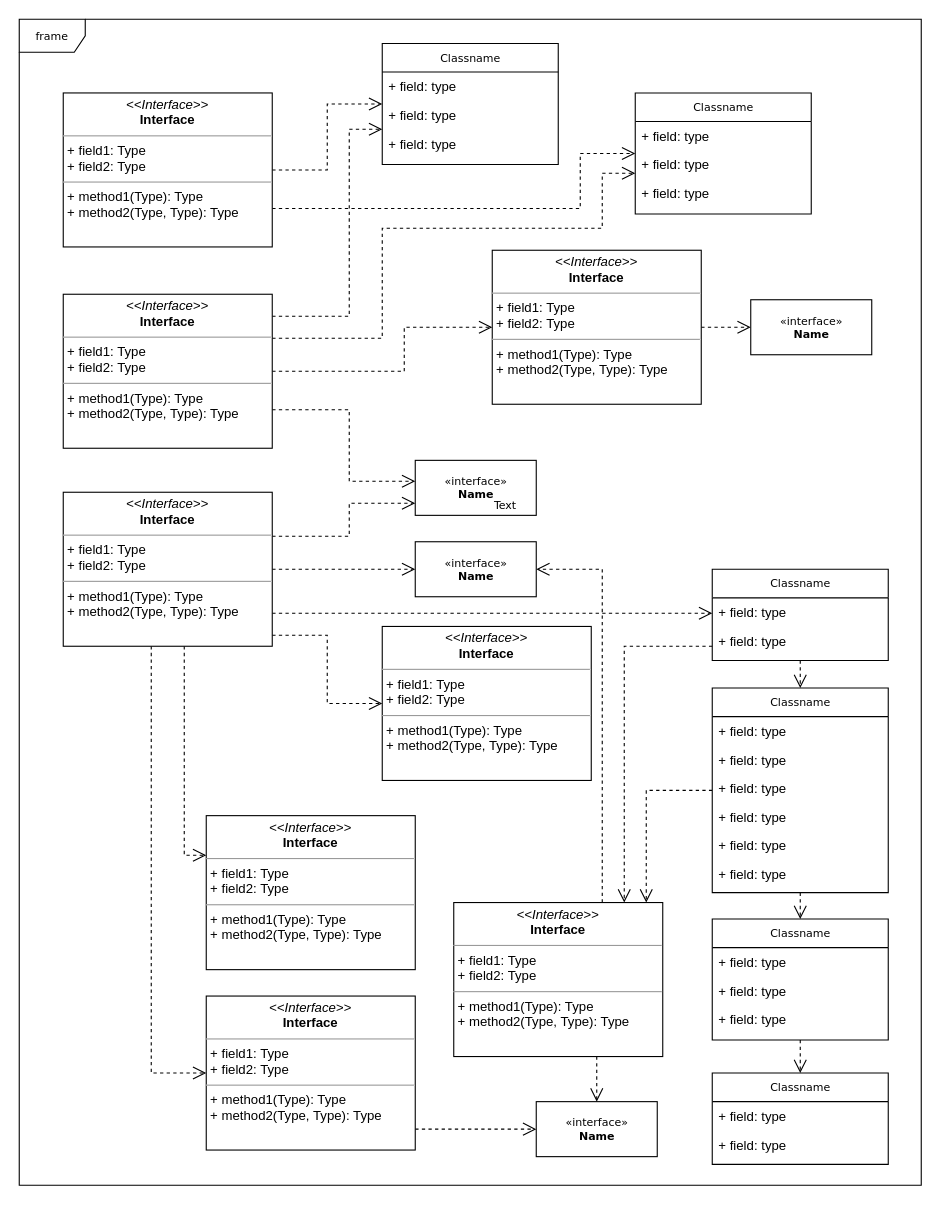
BUAAw-ML/ganbert keeps this draw.io diagram as Untitled Diagram.drawio. Above is the earlier version. Source tidied: cells renumbered, new cells numbered last; positions are measured from the earlier drawing's top-left corner, leaving out a move shared by most shapes. Both pictures are drawn from the tidied source at 110%, with x=0, y=0 at pixel (19, 19).
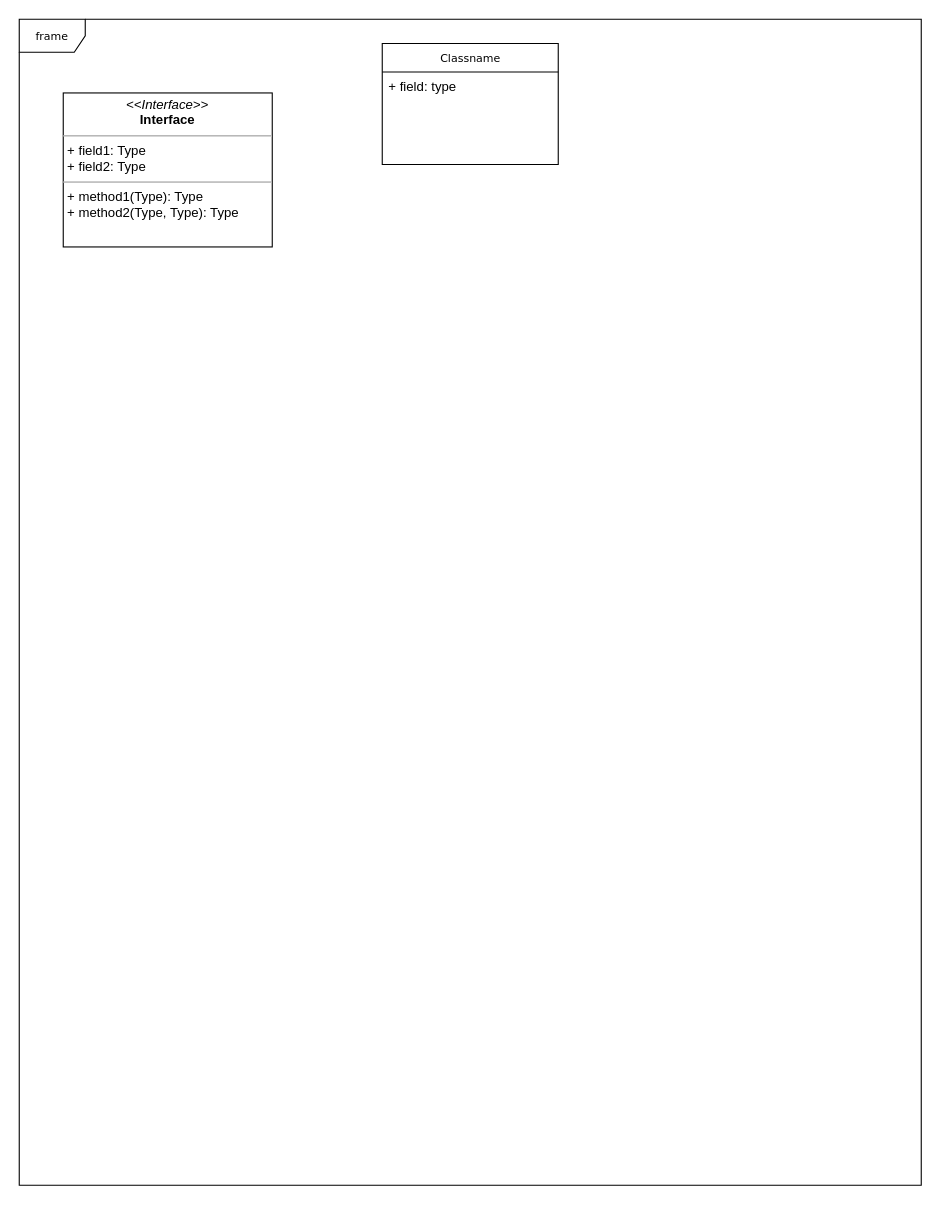
Above is the later version.

The change refers to these unchanged cells:
```xml
<mxCell id="12" value="Classname" style="swimlane;html=1;fontStyle=0;horizontal=1;startSize=26;fillColor=none;swimlaneFillColor=#ffffff;rounded=0;shadow=0;comic=0;labelBackgroundColor=none;strokeWidth=1;fontFamily=Verdana;fontSize=10;align=center;" parent="1" vertex="1">
  <mxGeometry x="330" y="22" width="160" height="110" as="geometry" />
</mxCell>
<mxCell id="48" value="&lt;p style=&quot;margin:0px;margin-top:4px;text-align:center;&quot;&gt;&lt;i&gt;&amp;lt;&amp;lt;Interface&amp;gt;&amp;gt;&lt;/i&gt;&lt;br/&gt;&lt;b&gt;Interface&lt;/b&gt;&lt;/p&gt;&lt;hr size=&quot;1&quot;/&gt;&lt;p style=&quot;margin:0px;margin-left:4px;&quot;&gt;+ field1: Type&lt;br/&gt;+ field2: Type&lt;/p&gt;&lt;hr size=&quot;1&quot;/&gt;&lt;p style=&quot;margin:0px;margin-left:4px;&quot;&gt;+ method1(Type): Type&lt;br/&gt;+ method2(Type, Type): Type&lt;/p&gt;" style="verticalAlign=top;align=left;overflow=fill;fontSize=12;fontFamily=Helvetica;html=1;rounded=0;shadow=0;comic=0;labelBackgroundColor=none;strokeWidth=1;" parent="1" vertex="1">
  <mxGeometry x="40" y="67" width="190" height="140" as="geometry" />
</mxCell>
```

Diff of the diagram source:
```diff
@@
-    <mxCell id="3" style="edgeStyle=orthogonalEdgeStyle;rounded=0;html=1;dashed=1;labelBackgroundColor=none;startFill=0;endArrow=open;endFill=0;endSize=10;fontFamily=Verdana;fontSize=10;" parent="1" edge="1" source="5" target="35">
-      <mxGeometry relative="1" as="geometry">
-        <Array as="points">
-          <mxPoint x="570" y="701" />
-        </Array>
-      </mxGeometry>
-    </mxCell>
-    <mxCell id="4" style="edgeStyle=orthogonalEdgeStyle;rounded=0;html=1;dashed=1;labelBackgroundColor=none;startFill=0;endArrow=open;endFill=0;endSize=10;fontFamily=Verdana;fontSize=10;" parent="1" edge="1" source="5" target="24">
-      <mxGeometry relative="1" as="geometry" />
-    </mxCell>
-    <mxCell id="5" value="Classname" style="swimlane;html=1;fontStyle=0;horizontal=1;startSize=26;fillColor=none;swimlaneFillColor=#ffffff;rounded=0;shadow=0;comic=0;labelBackgroundColor=none;strokeWidth=1;fontFamily=Verdana;fontSize=10;align=center;" parent="1" vertex="1">
-      <mxGeometry x="630" y="608" width="160" height="186" as="geometry" />
-    </mxCell>
-    <mxCell id="6" value="+ field: type" style="text;html=1;strokeColor=none;fillColor=none;align=left;verticalAlign=top;spacingLeft=4;spacingRight=4;whiteSpace=wrap;overflow=hidden;" parent="5" vertex="1">
-      <mxGeometry y="26" width="160" height="26" as="geometry" />
-    </mxCell>
-    <mxCell id="7" value="+ field: type" style="text;html=1;strokeColor=none;fillColor=none;align=left;verticalAlign=top;spacingLeft=4;spacingRight=4;whiteSpace=wrap;overflow=hidden;" parent="5" vertex="1">
-      <mxGeometry y="52" width="160" height="26" as="geometry" />
-    </mxCell>
-    <mxCell id="8" value="+ field: type" style="text;html=1;strokeColor=none;fillColor=none;align=left;verticalAlign=top;spacingLeft=4;spacingRight=4;whiteSpace=wrap;overflow=hidden;" parent="5" vertex="1">
-      <mxGeometry y="78" width="160" height="26" as="geometry" />
-    </mxCell>
-    <mxCell id="9" value="+ field: type" style="text;html=1;strokeColor=none;fillColor=none;align=left;verticalAlign=top;spacingLeft=4;spacingRight=4;whiteSpace=wrap;overflow=hidden;" parent="5" vertex="1">
-      <mxGeometry y="104" width="160" height="26" as="geometry" />
-    </mxCell>
-    <mxCell id="10" value="+ field: type" style="text;html=1;strokeColor=none;fillColor=none;align=left;verticalAlign=top;spacingLeft=4;spacingRight=4;whiteSpace=wrap;overflow=hidden;" parent="5" vertex="1">
-      <mxGeometry y="130" width="160" height="26" as="geometry" />
-    </mxCell>
-    <mxCell id="11" value="+ field: type" style="text;html=1;strokeColor=none;fillColor=none;align=left;verticalAlign=top;spacingLeft=4;spacingRight=4;whiteSpace=wrap;overflow=hidden;" parent="5" vertex="1">
-      <mxGeometry y="156" width="160" height="26" as="geometry" />
-    </mxCell>
@@
-    <mxCell id="14" value="+ field: type" style="text;html=1;strokeColor=none;fillColor=none;align=left;verticalAlign=top;spacingLeft=4;spacingRight=4;whiteSpace=wrap;overflow=hidden;" parent="12" vertex="1">
-      <mxGeometry y="52" width="160" height="26" as="geometry" />
-    </mxCell>
-    <mxCell id="15" value="+ field: type" style="text;html=1;strokeColor=none;fillColor=none;align=left;verticalAlign=top;spacingLeft=4;spacingRight=4;whiteSpace=wrap;overflow=hidden;" parent="12" vertex="1">
-      <mxGeometry y="78" width="160" height="26" as="geometry" />
-    </mxCell>
-    <mxCell id="16" value="Classname" style="swimlane;html=1;fontStyle=0;horizontal=1;startSize=26;fillColor=none;swimlaneFillColor=#ffffff;rounded=0;shadow=0;comic=0;labelBackgroundColor=none;strokeWidth=1;fontFamily=Verdana;fontSize=10;align=center;" parent="1" vertex="1">
-      <mxGeometry x="560" y="67" width="160" height="110" as="geometry" />
-    </mxCell>
-    <mxCell id="17" value="+ field: type" style="text;html=1;strokeColor=none;fillColor=none;align=left;verticalAlign=top;spacingLeft=4;spacingRight=4;whiteSpace=wrap;overflow=hidden;" parent="16" vertex="1">
-      <mxGeometry y="26" width="160" height="26" as="geometry" />
-    </mxCell>
-    <mxCell id="18" value="+ field: type" style="text;html=1;strokeColor=none;fillColor=none;align=left;verticalAlign=top;spacingLeft=4;spacingRight=4;whiteSpace=wrap;overflow=hidden;" parent="16" vertex="1">
-      <mxGeometry y="52" width="160" height="26" as="geometry" />
-    </mxCell>
-    <mxCell id="19" value="+ field: type" style="text;html=1;strokeColor=none;fillColor=none;align=left;verticalAlign=top;spacingLeft=4;spacingRight=4;whiteSpace=wrap;overflow=hidden;" parent="16" vertex="1">
-      <mxGeometry y="78" width="160" height="26" as="geometry" />
-    </mxCell>
-    <mxCell id="20" value="Classname" style="swimlane;html=1;fontStyle=0;horizontal=1;startSize=26;fillColor=none;swimlaneFillColor=#ffffff;rounded=0;shadow=0;comic=0;labelBackgroundColor=none;strokeWidth=1;fontFamily=Verdana;fontSize=10;align=center;" parent="1" vertex="1">
-      <mxGeometry x="630" y="958" width="160" height="83" as="geometry" />
-    </mxCell>
-    <mxCell id="21" value="+ field: type" style="text;html=1;strokeColor=none;fillColor=none;align=left;verticalAlign=top;spacingLeft=4;spacingRight=4;whiteSpace=wrap;overflow=hidden;" parent="20" vertex="1">
-      <mxGeometry y="26" width="160" height="26" as="geometry" />
-    </mxCell>
-    <mxCell id="22" value="+ field: type" style="text;html=1;strokeColor=none;fillColor=none;align=left;verticalAlign=top;spacingLeft=4;spacingRight=4;whiteSpace=wrap;overflow=hidden;" parent="20" vertex="1">
-      <mxGeometry y="52" width="160" height="26" as="geometry" />
-    </mxCell>
-    <mxCell id="23" style="edgeStyle=orthogonalEdgeStyle;rounded=0;html=1;dashed=1;labelBackgroundColor=none;startFill=0;endArrow=open;endFill=0;endSize=10;fontFamily=Verdana;fontSize=10;" parent="1" edge="1" source="24" target="20">
-      <mxGeometry relative="1" as="geometry" />
-    </mxCell>
-    <mxCell id="24" value="Classname" style="swimlane;html=1;fontStyle=0;horizontal=1;startSize=26;fillColor=none;swimlaneFillColor=#ffffff;rounded=0;shadow=0;comic=0;labelBackgroundColor=none;strokeWidth=1;fontFamily=Verdana;fontSize=10;align=center;" parent="1" vertex="1">
-      <mxGeometry x="630" y="818" width="160" height="110" as="geometry" />
-    </mxCell>
-    <mxCell id="25" value="+ field: type" style="text;html=1;strokeColor=none;fillColor=none;align=left;verticalAlign=top;spacingLeft=4;spacingRight=4;whiteSpace=wrap;overflow=hidden;" parent="24" vertex="1">
-      <mxGeometry y="26" width="160" height="26" as="geometry" />
-    </mxCell>
-    <mxCell id="26" value="+ field: type" style="text;html=1;strokeColor=none;fillColor=none;align=left;verticalAlign=top;spacingLeft=4;spacingRight=4;whiteSpace=wrap;overflow=hidden;" parent="24" vertex="1">
-      <mxGeometry y="52" width="160" height="26" as="geometry" />
-    </mxCell>
-    <mxCell id="27" value="+ field: type" style="text;html=1;strokeColor=none;fillColor=none;align=left;verticalAlign=top;spacingLeft=4;spacingRight=4;whiteSpace=wrap;overflow=hidden;" parent="24" vertex="1">
-      <mxGeometry y="78" width="160" height="26" as="geometry" />
-    </mxCell>
-    <mxCell id="28" style="edgeStyle=orthogonalEdgeStyle;rounded=0;html=1;dashed=1;labelBackgroundColor=none;startFill=0;endArrow=open;endFill=0;endSize=10;fontFamily=Verdana;fontSize=10;" parent="1" edge="1" source="29" target="5">
-      <mxGeometry relative="1" as="geometry" />
-    </mxCell>
-    <mxCell id="29" value="Classname" style="swimlane;html=1;fontStyle=0;horizontal=1;startSize=26;fillColor=none;swimlaneFillColor=#ffffff;rounded=0;shadow=0;comic=0;labelBackgroundColor=none;strokeWidth=1;fontFamily=Verdana;fontSize=10;align=center;" parent="1" vertex="1">
-      <mxGeometry x="630" y="500" width="160" height="83" as="geometry" />
-    </mxCell>
-    <mxCell id="30" value="+ field: type" style="text;html=1;strokeColor=none;fillColor=none;align=left;verticalAlign=top;spacingLeft=4;spacingRight=4;whiteSpace=wrap;overflow=hidden;" parent="29" vertex="1">
-      <mxGeometry y="26" width="160" height="26" as="geometry" />
-    </mxCell>
-    <mxCell id="31" value="+ field: type" style="text;html=1;strokeColor=none;fillColor=none;align=left;verticalAlign=top;spacingLeft=4;spacingRight=4;whiteSpace=wrap;overflow=hidden;" parent="29" vertex="1">
-      <mxGeometry y="52" width="160" height="26" as="geometry" />
-    </mxCell>
-    <mxCell id="32" value="&amp;laquo;interface&amp;raquo;&lt;br&gt;&lt;b&gt;Name&lt;/b&gt;" style="html=1;rounded=0;shadow=0;comic=0;labelBackgroundColor=none;strokeWidth=1;fontFamily=Verdana;fontSize=10;align=center;" parent="1" vertex="1">
-      <mxGeometry x="470" y="984" width="110" height="50" as="geometry" />
-    </mxCell>
-    <mxCell id="33" style="edgeStyle=orthogonalEdgeStyle;rounded=0;html=1;dashed=1;labelBackgroundColor=none;startFill=0;endArrow=open;endFill=0;endSize=10;fontFamily=Verdana;fontSize=10;" parent="1" edge="1" source="35" target="32">
-      <mxGeometry relative="1" as="geometry">
-        <Array as="points">
-          <mxPoint x="525" y="950" />
-          <mxPoint x="525" y="950" />
-        </Array>
-      </mxGeometry>
-    </mxCell>
-    <mxCell id="34" style="edgeStyle=orthogonalEdgeStyle;rounded=0;html=1;dashed=1;labelBackgroundColor=none;startFill=0;endArrow=open;endFill=0;endSize=10;fontFamily=Verdana;fontSize=10;" parent="1" edge="1" source="35" target="40">
-      <mxGeometry relative="1" as="geometry">
-        <Array as="points">
-          <mxPoint x="530" y="500" />
-        </Array>
-      </mxGeometry>
-    </mxCell>
-    <mxCell id="35" value="&lt;p style=&quot;margin:0px;margin-top:4px;text-align:center;&quot;&gt;&lt;i&gt;&amp;lt;&amp;lt;Interface&amp;gt;&amp;gt;&lt;/i&gt;&lt;br/&gt;&lt;b&gt;Interface&lt;/b&gt;&lt;/p&gt;&lt;hr size=&quot;1&quot;/&gt;&lt;p style=&quot;margin:0px;margin-left:4px;&quot;&gt;+ field1: Type&lt;br/&gt;+ field2: Type&lt;/p&gt;&lt;hr size=&quot;1&quot;/&gt;&lt;p style=&quot;margin:0px;margin-left:4px;&quot;&gt;+ method1(Type): Type&lt;br/&gt;+ method2(Type, Type): Type&lt;/p&gt;" style="verticalAlign=top;align=left;overflow=fill;fontSize=12;fontFamily=Helvetica;html=1;rounded=0;shadow=0;comic=0;labelBackgroundColor=none;strokeWidth=1;" parent="1" vertex="1">
-      <mxGeometry x="395" y="803" width="190" height="140" as="geometry" />
-    </mxCell>
-    <mxCell id="36" value="&lt;p style=&quot;margin:0px;margin-top:4px;text-align:center;&quot;&gt;&lt;i&gt;&amp;lt;&amp;lt;Interface&amp;gt;&amp;gt;&lt;/i&gt;&lt;br/&gt;&lt;b&gt;Interface&lt;/b&gt;&lt;/p&gt;&lt;hr size=&quot;1&quot;/&gt;&lt;p style=&quot;margin:0px;margin-left:4px;&quot;&gt;+ field1: Type&lt;br/&gt;+ field2: Type&lt;/p&gt;&lt;hr size=&quot;1&quot;/&gt;&lt;p style=&quot;margin:0px;margin-left:4px;&quot;&gt;+ method1(Type): Type&lt;br/&gt;+ method2(Type, Type): Type&lt;/p&gt;" style="verticalAlign=top;align=left;overflow=fill;fontSize=12;fontFamily=Helvetica;html=1;rounded=0;shadow=0;comic=0;labelBackgroundColor=none;strokeWidth=1;" parent="1" vertex="1">
-      <mxGeometry x="330" y="552" width="190" height="140" as="geometry" />
-    </mxCell>
-    <mxCell id="37" style="edgeStyle=orthogonalEdgeStyle;rounded=0;html=1;dashed=1;labelBackgroundColor=none;startFill=0;endArrow=open;endFill=0;endSize=10;fontFamily=Verdana;fontSize=10;" parent="1" edge="1" source="38" target="32">
-      <mxGeometry relative="1" as="geometry">
-        <Array as="points">
-          <mxPoint x="390" y="1009" />
-          <mxPoint x="390" y="1009" />
-        </Array>
-      </mxGeometry>
-    </mxCell>
-    <mxCell id="38" value="&lt;p style=&quot;margin:0px;margin-top:4px;text-align:center;&quot;&gt;&lt;i&gt;&amp;lt;&amp;lt;Interface&amp;gt;&amp;gt;&lt;/i&gt;&lt;br/&gt;&lt;b&gt;Interface&lt;/b&gt;&lt;/p&gt;&lt;hr size=&quot;1&quot;/&gt;&lt;p style=&quot;margin:0px;margin-left:4px;&quot;&gt;+ field1: Type&lt;br/&gt;+ field2: Type&lt;/p&gt;&lt;hr size=&quot;1&quot;/&gt;&lt;p style=&quot;margin:0px;margin-left:4px;&quot;&gt;+ method1(Type): Type&lt;br/&gt;+ method2(Type, Type): Type&lt;/p&gt;" style="verticalAlign=top;align=left;overflow=fill;fontSize=12;fontFamily=Helvetica;html=1;rounded=0;shadow=0;comic=0;labelBackgroundColor=none;strokeWidth=1;" parent="1" vertex="1">
-      <mxGeometry x="170" y="888" width="190" height="140" as="geometry" />
-    </mxCell>
-    <mxCell id="39" value="&lt;p style=&quot;margin:0px;margin-top:4px;text-align:center;&quot;&gt;&lt;i&gt;&amp;lt;&amp;lt;Interface&amp;gt;&amp;gt;&lt;/i&gt;&lt;br/&gt;&lt;b&gt;Interface&lt;/b&gt;&lt;/p&gt;&lt;hr size=&quot;1&quot;/&gt;&lt;p style=&quot;margin:0px;margin-left:4px;&quot;&gt;+ field1: Type&lt;br/&gt;+ field2: Type&lt;/p&gt;&lt;hr size=&quot;1&quot;/&gt;&lt;p style=&quot;margin:0px;margin-left:4px;&quot;&gt;+ method1(Type): Type&lt;br/&gt;+ method2(Type, Type): Type&lt;/p&gt;" style="verticalAlign=top;align=left;overflow=fill;fontSize=12;fontFamily=Helvetica;html=1;rounded=0;shadow=0;comic=0;labelBackgroundColor=none;strokeWidth=1;" parent="1" vertex="1">
-      <mxGeometry x="170" y="724" width="190" height="140" as="geometry" />
-    </mxCell>
-    <mxCell id="40" value="&amp;laquo;interface&amp;raquo;&lt;br&gt;&lt;b&gt;Name&lt;/b&gt;" style="html=1;rounded=0;shadow=0;comic=0;labelBackgroundColor=none;strokeWidth=1;fontFamily=Verdana;fontSize=10;align=center;" parent="1" vertex="1">
-      <mxGeometry x="360" y="475" width="110" height="50" as="geometry" />
-    </mxCell>
-    <mxCell id="41" value="&amp;laquo;interface&amp;raquo;&lt;br&gt;&lt;b&gt;Name&lt;/b&gt;" style="html=1;rounded=0;shadow=0;comic=0;labelBackgroundColor=none;strokeWidth=1;fontFamily=Verdana;fontSize=10;align=center;" parent="1" vertex="1">
-      <mxGeometry x="360" y="401" width="110" height="50" as="geometry" />
-    </mxCell>
-    <mxCell id="42" style="edgeStyle=orthogonalEdgeStyle;rounded=0;html=1;dashed=1;labelBackgroundColor=none;startFill=0;endArrow=open;endFill=0;endSize=10;fontFamily=Verdana;fontSize=10;" parent="1" edge="1" source="43" target="45">
-      <mxGeometry relative="1" as="geometry" />
-    </mxCell>
-    <mxCell id="43" value="&lt;p style=&quot;margin:0px;margin-top:4px;text-align:center;&quot;&gt;&lt;i&gt;&amp;lt;&amp;lt;Interface&amp;gt;&amp;gt;&lt;/i&gt;&lt;br/&gt;&lt;b&gt;Interface&lt;/b&gt;&lt;/p&gt;&lt;hr size=&quot;1&quot;/&gt;&lt;p style=&quot;margin:0px;margin-left:4px;&quot;&gt;+ field1: Type&lt;br/&gt;+ field2: Type&lt;/p&gt;&lt;hr size=&quot;1&quot;/&gt;&lt;p style=&quot;margin:0px;margin-left:4px;&quot;&gt;+ method1(Type): Type&lt;br/&gt;+ method2(Type, Type): Type&lt;/p&gt;" style="verticalAlign=top;align=left;overflow=fill;fontSize=12;fontFamily=Helvetica;html=1;rounded=0;shadow=0;comic=0;labelBackgroundColor=none;strokeWidth=1;" parent="1" vertex="1">
-      <mxGeometry x="430" y="210" width="190" height="140" as="geometry" />
-    </mxCell>
-    <mxCell id="44" value="Text" style="text;html=1;align=left;verticalAlign=top;spacingTop=-4;fontSize=10;fontFamily=Verdana;fontColor=#000000;" parent="1" vertex="1">
-      <mxGeometry x="430" y="434" width="40" height="10" as="geometry" />
-    </mxCell>
-    <mxCell id="45" value="&amp;laquo;interface&amp;raquo;&lt;br&gt;&lt;b&gt;Name&lt;/b&gt;" style="html=1;rounded=0;shadow=0;comic=0;labelBackgroundColor=none;strokeWidth=1;fontFamily=Verdana;fontSize=10;align=center;" parent="1" vertex="1">
-      <mxGeometry x="665" y="255" width="110" height="50" as="geometry" />
-    </mxCell>
-    <mxCell id="46" style="edgeStyle=orthogonalEdgeStyle;rounded=0;html=1;labelBackgroundColor=none;startFill=0;endArrow=open;endFill=0;endSize=10;fontFamily=Verdana;fontSize=10;dashed=1;" parent="1" edge="1" source="48" target="12">
-      <mxGeometry relative="1" as="geometry" />
-    </mxCell>
-    <mxCell id="47" style="edgeStyle=orthogonalEdgeStyle;rounded=0;html=1;exitX=1;exitY=0.75;dashed=1;labelBackgroundColor=none;startFill=0;endArrow=open;endFill=0;endSize=10;fontFamily=Verdana;fontSize=10;" parent="1" edge="1" source="48" target="16">
-      <mxGeometry relative="1" as="geometry">
-        <Array as="points">
-          <mxPoint x="510" y="172" />
-          <mxPoint x="510" y="122" />
-        </Array>
-      </mxGeometry>
-    </mxCell>
@@
-    <mxCell id="49" style="edgeStyle=orthogonalEdgeStyle;rounded=0;html=1;dashed=1;labelBackgroundColor=none;startFill=0;endArrow=open;endFill=0;endSize=10;fontFamily=Verdana;fontSize=10;" parent="1" edge="1" source="53" target="12">
-      <mxGeometry relative="1" as="geometry">
-        <Array as="points">
-          <mxPoint x="300" y="270" />
-          <mxPoint x="300" y="100" />
-        </Array>
-      </mxGeometry>
-    </mxCell>
-    <mxCell id="50" style="edgeStyle=orthogonalEdgeStyle;rounded=0;html=1;dashed=1;labelBackgroundColor=none;startFill=0;endArrow=open;endFill=0;endSize=10;fontFamily=Verdana;fontSize=10;" parent="1" edge="1" source="53" target="16">
-      <mxGeometry relative="1" as="geometry">
-        <Array as="points">
-          <mxPoint x="330" y="290" />
-          <mxPoint x="330" y="190" />
-          <mxPoint x="530" y="190" />
-          <mxPoint x="530" y="140" />
-        </Array>
-      </mxGeometry>
-    </mxCell>
-    <mxCell id="51" style="edgeStyle=orthogonalEdgeStyle;rounded=0;html=1;dashed=1;labelBackgroundColor=none;startFill=0;endArrow=open;endFill=0;endSize=10;fontFamily=Verdana;fontSize=10;" parent="1" edge="1" source="53" target="43">
-      <mxGeometry relative="1" as="geometry">
-        <Array as="points">
-          <mxPoint x="350" y="320" />
-          <mxPoint x="350" y="280" />
-        </Array>
-      </mxGeometry>
-    </mxCell>
-    <mxCell id="52" style="edgeStyle=orthogonalEdgeStyle;rounded=0;html=1;exitX=1;exitY=0.75;dashed=1;labelBackgroundColor=none;startFill=0;endArrow=open;endFill=0;endSize=10;fontFamily=Verdana;fontSize=10;" parent="1" edge="1" source="53" target="41">
-      <mxGeometry relative="1" as="geometry">
-        <Array as="points">
-          <mxPoint x="300" y="355" />
-          <mxPoint x="300" y="420" />
-        </Array>
-      </mxGeometry>
-    </mxCell>
-    <mxCell id="53" value="&lt;p style=&quot;margin:0px;margin-top:4px;text-align:center;&quot;&gt;&lt;i&gt;&amp;lt;&amp;lt;Interface&amp;gt;&amp;gt;&lt;/i&gt;&lt;br/&gt;&lt;b&gt;Interface&lt;/b&gt;&lt;/p&gt;&lt;hr size=&quot;1&quot;/&gt;&lt;p style=&quot;margin:0px;margin-left:4px;&quot;&gt;+ field1: Type&lt;br/&gt;+ field2: Type&lt;/p&gt;&lt;hr size=&quot;1&quot;/&gt;&lt;p style=&quot;margin:0px;margin-left:4px;&quot;&gt;+ method1(Type): Type&lt;br/&gt;+ method2(Type, Type): Type&lt;/p&gt;" style="verticalAlign=top;align=left;overflow=fill;fontSize=12;fontFamily=Helvetica;html=1;rounded=0;shadow=0;comic=0;labelBackgroundColor=none;strokeWidth=1;" parent="1" vertex="1">
-      <mxGeometry x="40" y="250" width="190" height="140" as="geometry" />
-    </mxCell>
-    <mxCell id="54" style="edgeStyle=orthogonalEdgeStyle;rounded=0;html=1;dashed=1;labelBackgroundColor=none;startFill=0;endArrow=open;endFill=0;endSize=10;fontFamily=Verdana;fontSize=10;" parent="1" edge="1" source="60" target="41">
-      <mxGeometry relative="1" as="geometry">
-        <Array as="points">
-          <mxPoint x="300" y="470" />
-          <mxPoint x="300" y="440" />
-        </Array>
-      </mxGeometry>
-    </mxCell>
-    <mxCell id="55" style="edgeStyle=orthogonalEdgeStyle;rounded=0;html=1;dashed=1;labelBackgroundColor=none;startFill=0;endArrow=open;endFill=0;endSize=10;fontFamily=Verdana;fontSize=10;" parent="1" edge="1" source="60" target="40">
-      <mxGeometry relative="1" as="geometry" />
-    </mxCell>
-    <mxCell id="56" style="edgeStyle=orthogonalEdgeStyle;rounded=0;html=1;dashed=1;labelBackgroundColor=none;startFill=0;endArrow=open;endFill=0;endSize=10;fontFamily=Verdana;fontSize=10;" parent="1" edge="1" source="60" target="36">
-      <mxGeometry relative="1" as="geometry">
-        <Array as="points">
-          <mxPoint x="280" y="560" />
-          <mxPoint x="280" y="622" />
-        </Array>
-      </mxGeometry>
-    </mxCell>
-    <mxCell id="57" style="edgeStyle=orthogonalEdgeStyle;rounded=0;html=1;dashed=1;labelBackgroundColor=none;startFill=0;endArrow=open;endFill=0;endSize=10;fontFamily=Verdana;fontSize=10;" parent="1" edge="1" source="60" target="29">
-      <mxGeometry relative="1" as="geometry">
-        <Array as="points">
-          <mxPoint x="330" y="540" />
-          <mxPoint x="330" y="540" />
-        </Array>
-      </mxGeometry>
-    </mxCell>
-    <mxCell id="58" style="edgeStyle=orthogonalEdgeStyle;rounded=0;html=1;dashed=1;labelBackgroundColor=none;startFill=0;endArrow=open;endFill=0;endSize=10;fontFamily=Verdana;fontSize=10;" parent="1" edge="1" source="60" target="39">
-      <mxGeometry relative="1" as="geometry">
-        <Array as="points">
-          <mxPoint x="150" y="760" />
-        </Array>
-      </mxGeometry>
-    </mxCell>
-    <mxCell id="59" style="edgeStyle=orthogonalEdgeStyle;rounded=0;html=1;dashed=1;labelBackgroundColor=none;startFill=0;endArrow=open;endFill=0;endSize=10;fontFamily=Verdana;fontSize=10;" parent="1" edge="1" source="60" target="38">
-      <mxGeometry relative="1" as="geometry">
-        <Array as="points">
-          <mxPoint x="120" y="958" />
-        </Array>
-      </mxGeometry>
-    </mxCell>
-    <mxCell id="60" value="&lt;p style=&quot;margin:0px;margin-top:4px;text-align:center;&quot;&gt;&lt;i&gt;&amp;lt;&amp;lt;Interface&amp;gt;&amp;gt;&lt;/i&gt;&lt;br/&gt;&lt;b&gt;Interface&lt;/b&gt;&lt;/p&gt;&lt;hr size=&quot;1&quot;/&gt;&lt;p style=&quot;margin:0px;margin-left:4px;&quot;&gt;+ field1: Type&lt;br/&gt;+ field2: Type&lt;/p&gt;&lt;hr size=&quot;1&quot;/&gt;&lt;p style=&quot;margin:0px;margin-left:4px;&quot;&gt;+ method1(Type): Type&lt;br/&gt;+ method2(Type, Type): Type&lt;/p&gt;" style="verticalAlign=top;align=left;overflow=fill;fontSize=12;fontFamily=Helvetica;html=1;rounded=0;shadow=0;comic=0;labelBackgroundColor=none;strokeWidth=1;" parent="1" vertex="1">
-      <mxGeometry x="40" y="430" width="190" height="140" as="geometry" />
-    </mxCell>
-    <mxCell id="61" style="edgeStyle=orthogonalEdgeStyle;rounded=0;html=1;dashed=1;labelBackgroundColor=none;startFill=0;endArrow=open;endFill=0;endSize=10;fontFamily=Verdana;fontSize=10;" parent="1" edge="1" source="29" target="35">
-      <mxGeometry relative="1" as="geometry">
-        <Array as="points">
-          <mxPoint x="550" y="570" />
-        </Array>
-      </mxGeometry>
-    </mxCell>
```
